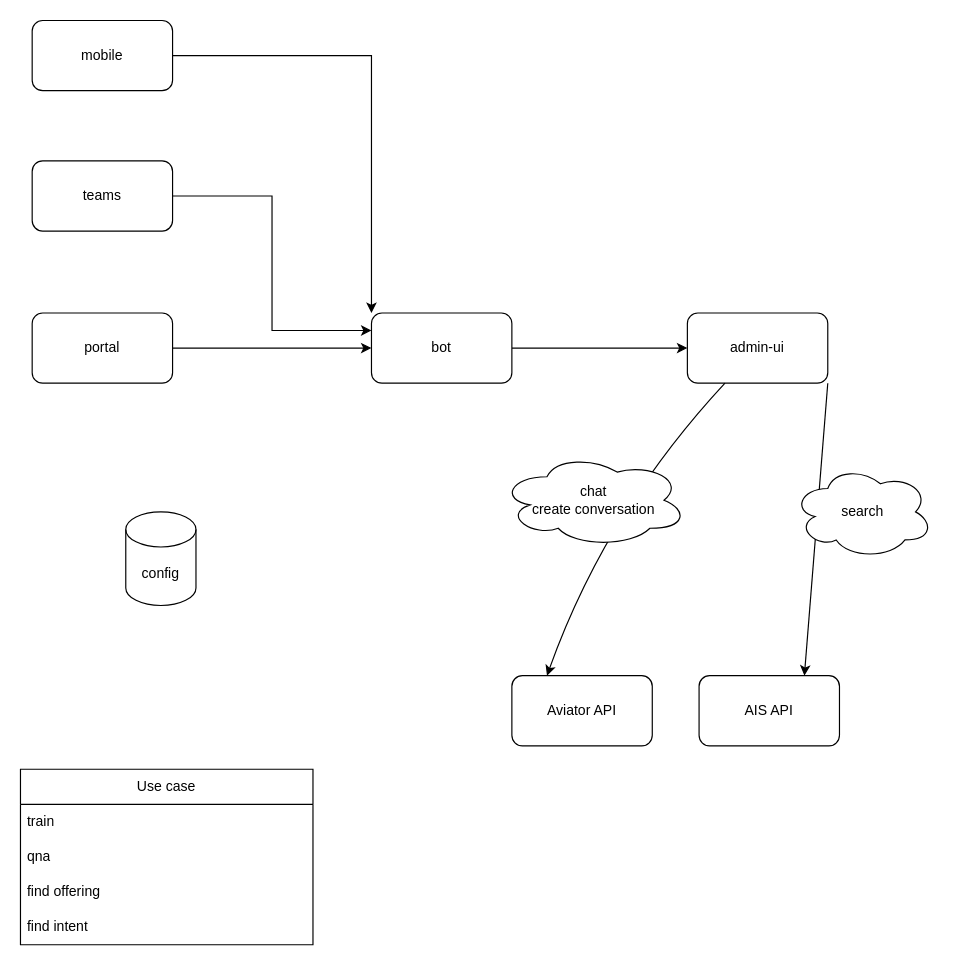
Before: LLM/API adopt.drawio in Ice-YcY/Diagram, a draw.io diagram. Source tidied: cells renumbered, new cells numbered last; positions are measured from the earlier drawing's top-left corner, leaving out a move shared by most shapes. Both pictures are drawn from the tidied source at 117%, with x=0, y=0 at pixel (20, 20).
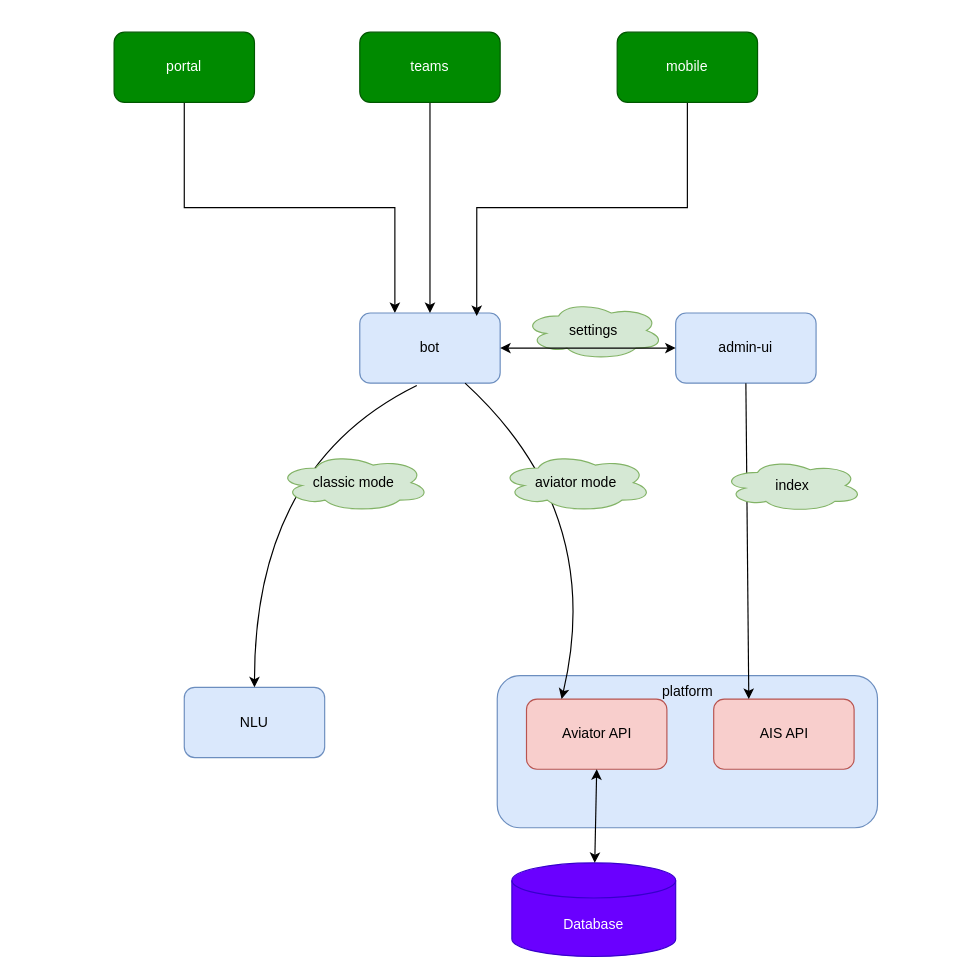
Above is the later version.

Diff of the diagram source:
```diff
@@
+    <mxCell id="23" value="platform" style="rounded=1;whiteSpace=wrap;html=1;verticalAlign=top;fillColor=#dae8fc;strokeColor=#6c8ebf;" parent="1" vertex="1">
+      <mxGeometry x="407.5" y="560" width="325" height="130" as="geometry" />
+    </mxCell>
-    <mxCell id="2" style="edgeStyle=orthogonalEdgeStyle;rounded=0;jettySize=auto;html=1;exitX=1;exitY=0.5;exitDx=0;exitDy=0;entryX=0;entryY=0.5;entryDx=0;entryDy=0;" parent="1" edge="1" source="3" target="5">
+    <mxCell id="2" style="edgeStyle=orthogonalEdgeStyle;rounded=0;jettySize=auto;html=1;exitX=0.5;exitY=1;exitDx=0;exitDy=0;entryX=0.25;entryY=0;entryDx=0;entryDy=0;" parent="1" edge="1" source="3" target="5">
       <mxGeometry relative="1" as="geometry" />
     </mxCell>
-    <mxCell id="3" value="portal" style="rounded=1;whiteSpace=wrap;html=1;" parent="1" vertex="1">
-      <mxGeometry x="10" y="250" width="120" height="60" as="geometry" />
+    <mxCell id="3" value="portal" style="rounded=1;whiteSpace=wrap;html=1;fillColor=#008a00;fontColor=#ffffff;strokeColor=#005700;" parent="1" vertex="1">
+      <mxGeometry x="80" y="10" width="120" height="60" as="geometry" />
     </mxCell>
-    <mxCell id="4" style="edgeStyle=orthogonalEdgeStyle;rounded=0;jettySize=auto;html=1;exitX=1;exitY=0.5;exitDx=0;exitDy=0;entryX=0;entryY=0.5;entryDx=0;entryDy=0;" parent="1" edge="1" source="5" target="7">
-      <mxGeometry relative="1" as="geometry" />
-    </mxCell>
-    <mxCell id="5" value="bot" style="rounded=1;whiteSpace=wrap;html=1;" parent="1" vertex="1">
-      <mxGeometry x="300" y="250" width="120" height="60" as="geometry" />
+    <mxCell id="5" value="bot" style="rounded=1;whiteSpace=wrap;html=1;fillColor=#dae8fc;strokeColor=#6c8ebf;" parent="1" vertex="1">
+      <mxGeometry x="290" y="250" width="120" height="60" as="geometry" />
     </mxCell>
-    <mxCell id="6" value="AIS API" style="rounded=1;whiteSpace=wrap;html=1;" parent="1" vertex="1">
-      <mxGeometry x="580" y="560" width="120" height="60" as="geometry" />
+    <mxCell id="6" value="AIS API" style="rounded=1;whiteSpace=wrap;html=1;fillColor=#f8cecc;strokeColor=#b85450;" parent="1" vertex="1">
+      <mxGeometry x="592.5" y="580" width="120" height="60" as="geometry" />
     </mxCell>
-    <mxCell id="7" value="admin-ui" style="rounded=1;whiteSpace=wrap;html=1;" parent="1" vertex="1">
-      <mxGeometry x="570" y="250" width="120" height="60" as="geometry" />
+    <mxCell id="7" value="admin-ui" style="rounded=1;whiteSpace=wrap;html=1;fillColor=#dae8fc;strokeColor=#6c8ebf;" parent="1" vertex="1">
+      <mxGeometry x="560" y="250" width="120" height="60" as="geometry" />
     </mxCell>
-    <mxCell id="8" style="curved=1;endArrow=classic;html=1;rounded=0;exitX=1;exitY=1;exitDx=0;exitDy=0;entryX=0.75;entryY=0;entryDx=0;entryDy=0;" parent="1" edge="1" source="7" target="6">
+    <mxCell id="8" style="curved=1;endArrow=classic;html=1;rounded=0;exitX=0.5;exitY=1;exitDx=0;exitDy=0;entryX=0.25;entryY=0;entryDx=0;entryDy=0;" parent="1" edge="1" source="7" target="6">
       <mxGeometry relative="1" as="geometry" />
     </mxCell>
-    <mxCell id="9" style="edgeStyle=orthogonalEdgeStyle;rounded=0;jettySize=auto;html=1;exitX=1;exitY=0.5;exitDx=0;exitDy=0;entryX=0;entryY=0.25;entryDx=0;entryDy=0;" parent="1" edge="1" source="10" target="5">
+    <mxCell id="9" style="edgeStyle=orthogonalEdgeStyle;rounded=0;jettySize=auto;html=1;exitX=0.5;exitY=1;exitDx=0;exitDy=0;entryX=0.5;entryY=0;entryDx=0;entryDy=0;" parent="1" edge="1" source="10" target="5">
       <mxGeometry relative="1" as="geometry" />
     </mxCell>
-    <mxCell id="10" value="teams" style="rounded=1;whiteSpace=wrap;html=1;" parent="1" vertex="1">
-      <mxGeometry x="10" y="120" width="120" height="60" as="geometry" />
+    <mxCell id="10" value="teams" style="rounded=1;whiteSpace=wrap;html=1;fillColor=#008a00;fontColor=#ffffff;strokeColor=#005700;" parent="1" vertex="1">
+      <mxGeometry x="290" y="10" width="120" height="60" as="geometry" />
     </mxCell>
-    <mxCell id="11" style="edgeStyle=orthogonalEdgeStyle;rounded=0;jettySize=auto;html=1;exitX=1;exitY=0.5;exitDx=0;exitDy=0;entryX=0;entryY=0;entryDx=0;entryDy=0;" parent="1" edge="1" source="12" target="5">
+    <mxCell id="11" style="edgeStyle=orthogonalEdgeStyle;rounded=0;jettySize=auto;html=1;exitX=0.5;exitY=1;exitDx=0;exitDy=0;entryX=0.833;entryY=0.044;entryDx=0;entryDy=0;entryPerimeter=0;" parent="1" edge="1" source="12" target="5">
       <mxGeometry relative="1" as="geometry" />
     </mxCell>
-    <mxCell id="12" value="mobile" style="rounded=1;whiteSpace=wrap;html=1;" parent="1" vertex="1">
-      <mxGeometry x="10" width="120" height="60" as="geometry" />
+    <mxCell id="12" value="mobile" style="rounded=1;whiteSpace=wrap;html=1;fillColor=#008a00;fontColor=#ffffff;strokeColor=#005700;" parent="1" vertex="1">
+      <mxGeometry x="510" y="10" width="120" height="60" as="geometry" />
     </mxCell>
-    <mxCell id="13" value="Aviator API" style="rounded=1;whiteSpace=wrap;html=1;" parent="1" vertex="1">
-      <mxGeometry x="420" y="560" width="120" height="60" as="geometry" />
+    <mxCell id="13" value="Aviator API" style="rounded=1;whiteSpace=wrap;html=1;fillColor=#f8cecc;strokeColor=#b85450;" parent="1" vertex="1">
+      <mxGeometry x="432.5" y="580" width="120" height="60" as="geometry" />
     </mxCell>
-    <mxCell id="14" value="search" style="ellipse;shape=cloud;whiteSpace=wrap;html=1;" parent="1" vertex="1">
-      <mxGeometry x="660" y="380" width="120" height="80" as="geometry" />
+    <mxCell id="14" value="index" style="ellipse;shape=cloud;whiteSpace=wrap;html=1;fillColor=#d5e8d4;strokeColor=#82b366;" parent="1" vertex="1">
+      <mxGeometry x="600" y="375" width="120" height="45" as="geometry" />
     </mxCell>
-    <mxCell id="15" style="curved=1;endArrow=classic;html=1;rounded=0;entryX=0.25;entryY=0;entryDx=0;entryDy=0;" parent="1" edge="1" source="7" target="13">
+    <mxCell id="15" style="curved=1;endArrow=classic;html=1;rounded=0;entryX=0.25;entryY=0;entryDx=0;entryDy=0;exitX=0.75;exitY=1;exitDx=0;exitDy=0;" parent="1" edge="1" source="5" target="13">
       <mxGeometry relative="1" as="geometry">
         <Array as="points">
           <mxPoint x="500" y="420" />
         </Array>
       </mxGeometry>
     </mxCell>
-    <mxCell id="16" value="chat&lt;div&gt;create conversation&lt;/div&gt;" style="ellipse;shape=cloud;whiteSpace=wrap;html=1;verticalAlign=middle;" parent="1" vertex="1">
-      <mxGeometry x="410" y="370" width="160" height="80" as="geometry" />
+    <mxCell id="16" value="aviator mode" style="ellipse;shape=cloud;whiteSpace=wrap;html=1;verticalAlign=middle;fillColor=#d5e8d4;strokeColor=#82b366;" parent="1" vertex="1">
+      <mxGeometry x="410" y="370" width="130" height="50" as="geometry" />
     </mxCell>
-    <mxCell id="17" value="config" style="shape=cylinder3;whiteSpace=wrap;html=1;boundedLbl=1;backgroundOutline=1;size=15;" parent="1" vertex="1">
-      <mxGeometry x="90" y="420" width="60" height="80" as="geometry" />
+    <mxCell id="17" value="Database" style="shape=cylinder3;whiteSpace=wrap;html=1;boundedLbl=1;backgroundOutline=1;size=15;fillColor=#6a00ff;strokeColor=#3700CC;fontColor=#ffffff;" parent="1" vertex="1">
+      <mxGeometry x="420" y="720" width="140" height="80" as="geometry" />
     </mxCell>
-    <mxCell id="18" value="Use case" style="swimlane;fontStyle=0;horizontal=1;startSize=30;whiteSpace=wrap;html=1;" parent="1" vertex="1">
-      <mxGeometry y="640" width="250" height="150" as="geometry" />
-    </mxCell>
-    <mxCell id="19" value="train" style="text;strokeColor=none;fillColor=none;align=left;verticalAlign=middle;spacingLeft=4;spacingRight=4;overflow=hidden;whiteSpace=wrap;html=1;" parent="18" vertex="1">
-      <mxGeometry y="30" width="250" height="30" as="geometry" />
-    </mxCell>
-    <mxCell id="20" value="qna" style="text;strokeColor=none;fillColor=none;align=left;verticalAlign=middle;spacingLeft=4;spacingRight=4;overflow=hidden;whiteSpace=wrap;html=1;" parent="18" vertex="1">
-      <mxGeometry y="60" width="250" height="30" as="geometry" />
-    </mxCell>
-    <mxCell id="21" value="find offering" style="text;strokeColor=none;fillColor=none;align=left;verticalAlign=middle;spacingLeft=4;spacingRight=4;overflow=hidden;whiteSpace=wrap;html=1;" parent="18" vertex="1">
-      <mxGeometry y="90" width="250" height="30" as="geometry" />
-    </mxCell>
-    <mxCell id="22" value="find intent" style="text;strokeColor=none;fillColor=none;align=left;verticalAlign=middle;spacingLeft=4;spacingRight=4;overflow=hidden;whiteSpace=wrap;html=1;" parent="18" vertex="1">
-      <mxGeometry y="120" width="250" height="30" as="geometry" />
-    </mxCell>
+    <mxCell id="24" value="NLU" style="rounded=1;whiteSpace=wrap;html=1;fillColor=#dae8fc;strokeColor=#6c8ebf;" parent="1" vertex="1">
+      <mxGeometry x="140" y="570" width="120" height="60" as="geometry" />
+    </mxCell>
+    <mxCell id="25" value="settings" style="ellipse;shape=cloud;whiteSpace=wrap;html=1;fillColor=#d5e8d4;strokeColor=#82b366;" parent="1" vertex="1">
+      <mxGeometry x="430" y="240" width="120" height="50" as="geometry" />
+    </mxCell>
+    <mxCell id="4" style="endArrow=classic;startArrow=classic;html=1;rounded=0;exitX=1;exitY=0.5;exitDx=0;exitDy=0;entryX=0;entryY=0.5;entryDx=0;entryDy=0;" parent="1" edge="1" source="5" target="7">
+      <mxGeometry relative="1" as="geometry" />
+    </mxCell>
+    <mxCell id="26" style="curved=1;endArrow=classic;html=1;rounded=0;exitX=0.406;exitY=1.033;exitDx=0;exitDy=0;exitPerimeter=0;entryX=0.5;entryY=0;entryDx=0;entryDy=0;" parent="1" edge="1" source="5" target="24">
+      <mxGeometry relative="1" as="geometry">
+        <Array as="points">
+          <mxPoint x="200" y="380" />
+        </Array>
+      </mxGeometry>
+    </mxCell>
+    <mxCell id="27" value="classic mode" style="ellipse;shape=cloud;whiteSpace=wrap;html=1;verticalAlign=middle;fillColor=#d5e8d4;strokeColor=#82b366;" parent="1" vertex="1">
+      <mxGeometry x="220" y="370" width="130" height="50" as="geometry" />
+    </mxCell>
+    <mxCell id="28" style="endArrow=classic;startArrow=classic;html=1;rounded=0;entryX=0.5;entryY=1;entryDx=0;entryDy=0;" parent="1" edge="1" source="17" target="13">
+      <mxGeometry relative="1" as="geometry" />
+    </mxCell>
```
